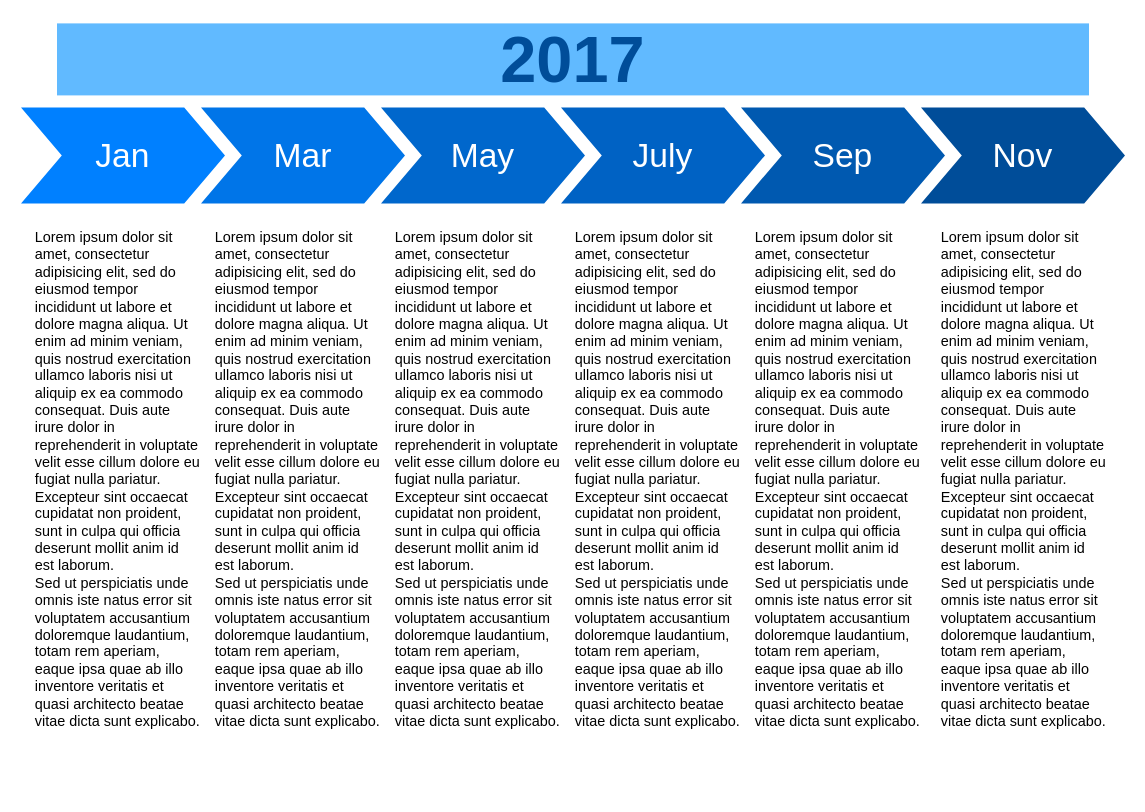
Above: 东庄信息化项目-统一权限管理.drawio in sun-beijixing/drawio (draw.io), before the change. Source tidied: cells renumbered, new cells numbered last; positions are measured from the earlier drawing's top-left corner, leaving out a move shared by most shapes. Both pictures are drawn from the tidied source at 120%, with x=0, y=0 at pixel (20, 23).
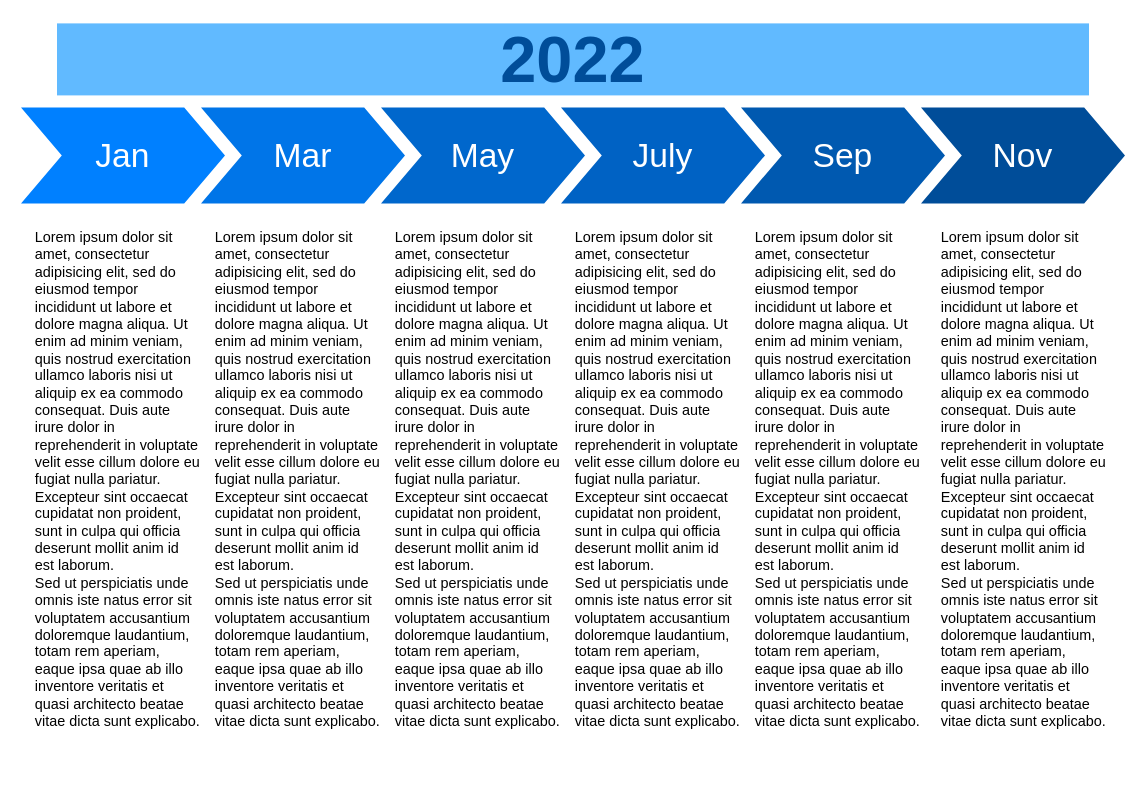
The same page after the edit.

Commit message:
更新东庄信息化项目-统一权限管理.drawio

Diff of the diagram source:
```diff
@@
 <mxGraphModel>
   <root>
     <mxCell id="0" />
     <mxCell id="1" parent="0" />
     <mxCell id="2" value="Jan" style="shape=step;whiteSpace=wrap;html=1;fontSize=28;fillColor=#0080FF;fontColor=#FFFFFF;strokeColor=none;" parent="1" vertex="1">
       <mxGeometry y="70" width="170" height="80" as="geometry" />
     </mxCell>
     <mxCell id="3" value="Mar" style="shape=step;whiteSpace=wrap;html=1;fontSize=28;fillColor=#0075E8;fontColor=#FFFFFF;strokeColor=none;" parent="1" vertex="1">
       <mxGeometry x="150" y="70" width="170" height="80" as="geometry" />
     </mxCell>
     <mxCell id="4" value="May" style="shape=step;whiteSpace=wrap;html=1;fontSize=28;fillColor=#0067CC;fontColor=#FFFFFF;strokeColor=none;" parent="1" vertex="1">
       <mxGeometry x="300" y="70" width="170" height="80" as="geometry" />
     </mxCell>
     <mxCell id="5" value="July" style="shape=step;whiteSpace=wrap;html=1;fontSize=28;fillColor=#0062C4;fontColor=#FFFFFF;strokeColor=none;" parent="1" vertex="1">
       <mxGeometry x="450" y="70" width="170" height="80" as="geometry" />
     </mxCell>
     <mxCell id="6" value="Sep" style="shape=step;whiteSpace=wrap;html=1;fontSize=28;fillColor=#0059B0;fontColor=#FFFFFF;strokeColor=none;" parent="1" vertex="1">
       <mxGeometry x="600" y="70" width="170" height="80" as="geometry" />
     </mxCell>
     <mxCell id="7" value="Nov" style="shape=step;whiteSpace=wrap;html=1;fontSize=28;fillColor=#004D99;fontColor=#FFFFFF;strokeColor=none;" parent="1" vertex="1">
       <mxGeometry x="750" y="70" width="170" height="80" as="geometry" />
     </mxCell>
-    <mxCell id="8" value="2017" style="text;html=1;strokeColor=none;fillColor=#61BAFF;align=center;verticalAlign=middle;whiteSpace=wrap;fontSize=54;fontStyle=1;fontColor=#004D99;" parent="1" vertex="1">
+    <mxCell id="8" value="2022" style="text;html=1;strokeColor=none;fillColor=#61BAFF;align=center;verticalAlign=middle;whiteSpace=wrap;fontSize=54;fontStyle=1;fontColor=#004D99;" parent="1" vertex="1">
       <mxGeometry x="30" width="860" height="60" as="geometry" />
     </mxCell>
     <mxCell id="9" value="Lorem ipsum dolor sit amet, consectetur adipisicing elit, sed do eiusmod tempor incididunt ut labore et dolore magna aliqua. Ut enim ad minim veniam, quis nostrud exercitation ullamco laboris nisi ut aliquip ex ea commodo consequat. Duis aute irure dolor in reprehenderit in voluptate velit esse cillum dolore eu fugiat nulla pariatur. Excepteur sint occaecat cupidatat non proident, sunt in culpa qui officia deserunt mollit anim id est laborum.&lt;br&gt;Sed ut perspiciatis unde omnis iste natus error sit voluptatem accusantium doloremque laudantium, totam rem aperiam, eaque ipsa quae ab illo inventore veritatis et quasi architecto beatae vitae dicta sunt explicabo." style="text;spacingTop=-5;fillColor=#ffffff;whiteSpace=wrap;html=1;align=left;fontSize=12;fontFamily=Helvetica;fillColor=none;strokeColor=none;" parent="1" vertex="1">
       <mxGeometry x="10" y="170" width="140" height="470" as="geometry" />
     </mxCell>
     <mxCell id="10" value="Lorem ipsum dolor sit amet, consectetur adipisicing elit, sed do eiusmod tempor incididunt ut labore et dolore magna aliqua. Ut enim ad minim veniam, quis nostrud exercitation ullamco laboris nisi ut aliquip ex ea commodo consequat. Duis aute irure dolor in reprehenderit in voluptate velit esse cillum dolore eu fugiat nulla pariatur. Excepteur sint occaecat cupidatat non proident, sunt in culpa qui officia deserunt mollit anim id est laborum.&lt;br&gt;Sed ut perspiciatis unde omnis iste natus error sit voluptatem accusantium doloremque laudantium, totam rem aperiam, eaque ipsa quae ab illo inventore veritatis et quasi architecto beatae vitae dicta sunt explicabo." style="text;spacingTop=-5;fillColor=#ffffff;whiteSpace=wrap;html=1;align=left;fontSize=12;fontFamily=Helvetica;fillColor=none;strokeColor=none;" parent="1" vertex="1">
       <mxGeometry x="160" y="170" width="140" height="470" as="geometry" />
     </mxCell>
     <mxCell id="11" value="Lorem ipsum dolor sit amet, consectetur adipisicing elit, sed do eiusmod tempor incididunt ut labore et dolore magna aliqua. Ut enim ad minim veniam, quis nostrud exercitation ullamco laboris nisi ut aliquip ex ea commodo consequat. Duis aute irure dolor in reprehenderit in voluptate velit esse cillum dolore eu fugiat nulla pariatur. Excepteur sint occaecat cupidatat non proident, sunt in culpa qui officia deserunt mollit anim id est laborum.&lt;br&gt;Sed ut perspiciatis unde omnis iste natus error sit voluptatem accusantium doloremque laudantium, totam rem aperiam, eaque ipsa quae ab illo inventore veritatis et quasi architecto beatae vitae dicta sunt explicabo." style="text;spacingTop=-5;fillColor=#ffffff;whiteSpace=wrap;html=1;align=left;fontSize=12;fontFamily=Helvetica;fillColor=none;strokeColor=none;" parent="1" vertex="1">
       <mxGeometry x="310" y="170" width="140" height="470" as="geometry" />
     </mxCell>
     <mxCell id="12" value="Lorem ipsum dolor sit amet, consectetur adipisicing elit, sed do eiusmod tempor incididunt ut labore et dolore magna aliqua. Ut enim ad minim veniam, quis nostrud exercitation ullamco laboris nisi ut aliquip ex ea commodo consequat. Duis aute irure dolor in reprehenderit in voluptate velit esse cillum dolore eu fugiat nulla pariatur. Excepteur sint occaecat cupidatat non proident, sunt in culpa qui officia deserunt mollit anim id est laborum.&lt;br&gt;Sed ut perspiciatis unde omnis iste natus error sit voluptatem accusantium doloremque laudantium, totam rem aperiam, eaque ipsa quae ab illo inventore veritatis et quasi architecto beatae vitae dicta sunt explicabo." style="text;spacingTop=-5;fillColor=#ffffff;whiteSpace=wrap;html=1;align=left;fontSize=12;fontFamily=Helvetica;fillColor=none;strokeColor=none;" parent="1" vertex="1">
       <mxGeometry x="460" y="170" width="140" height="470" as="geometry" />
     </mxCell>
     <mxCell id="13" value="Lorem ipsum dolor sit amet, consectetur adipisicing elit, sed do eiusmod tempor incididunt ut labore et dolore magna aliqua. Ut enim ad minim veniam, quis nostrud exercitation ullamco laboris nisi ut aliquip ex ea commodo consequat. Duis aute irure dolor in reprehenderit in voluptate velit esse cillum dolore eu fugiat nulla pariatur. Excepteur sint occaecat cupidatat non proident, sunt in culpa qui officia deserunt mollit anim id est laborum.&lt;br&gt;Sed ut perspiciatis unde omnis iste natus error sit voluptatem accusantium doloremque laudantium, totam rem aperiam, eaque ipsa quae ab illo inventore veritatis et quasi architecto beatae vitae dicta sunt explicabo." style="text;spacingTop=-5;fillColor=#ffffff;whiteSpace=wrap;html=1;align=left;fontSize=12;fontFamily=Helvetica;fillColor=none;strokeColor=none;" parent="1" vertex="1">
       <mxGeometry x="610" y="170" width="140" height="470" as="geometry" />
     </mxCell>
     <mxCell id="14" value="Lorem ipsum dolor sit amet, consectetur adipisicing elit, sed do eiusmod tempor incididunt ut labore et dolore magna aliqua. Ut enim ad minim veniam, quis nostrud exercitation ullamco laboris nisi ut aliquip ex ea commodo consequat. Duis aute irure dolor in reprehenderit in voluptate velit esse cillum dolore eu fugiat nulla pariatur. Excepteur sint occaecat cupidatat non proident, sunt in culpa qui officia deserunt mollit anim id est laborum.&lt;br&gt;Sed ut perspiciatis unde omnis iste natus error sit voluptatem accusantium doloremque laudantium, totam rem aperiam, eaque ipsa quae ab illo inventore veritatis et quasi architecto beatae vitae dicta sunt explicabo." style="text;spacingTop=-5;fillColor=#ffffff;whiteSpace=wrap;html=1;align=left;fontSize=12;fontFamily=Helvetica;fillColor=none;strokeColor=none;" parent="1" vertex="1">
       <mxGeometry x="765" y="170" width="140" height="470" as="geometry" />
     </mxCell>
   </root>
 </mxGraphModel>
```
